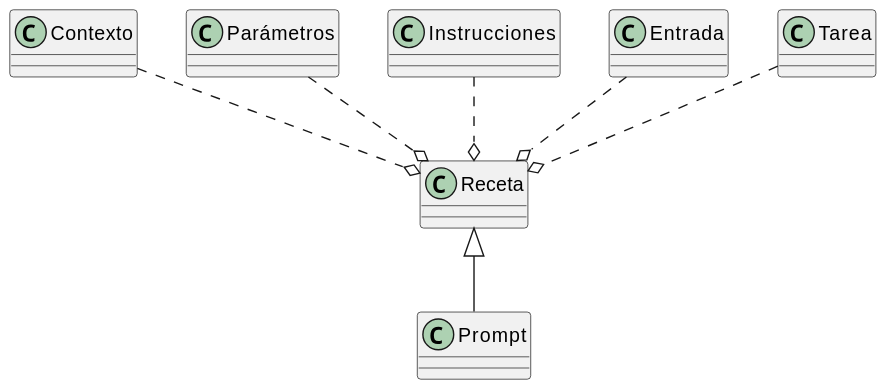
The PlantUML diagram imagenes/modelosUML/promptRecetaComponentes.svg in mmasias/ai-prompts, before a commit.
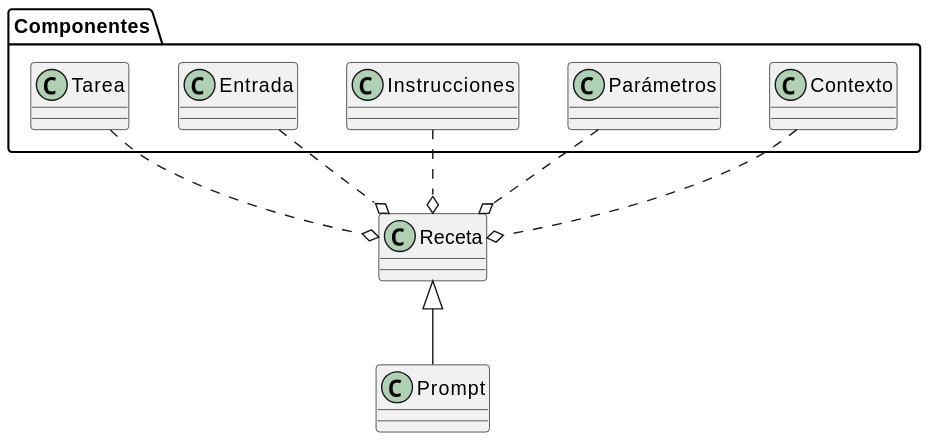
Above is the later version.

Diff of the diagram source:
```diff
@@ -1,9 +1,18 @@
 @startuml
-    Prompt -u-|> Receta
+Prompt -u-|> Receta
+
+package Componentes {
+    class Tarea
+    class Entrada
+    class Instrucciones
+    class Parámetros
+    class Entrada
 
     Receta o.u. Tarea
     Receta o.u. Entrada
     Receta o.u. Instrucciones
     Receta o.u. Parámetros
     Receta o.u. Contexto
+}
+
 @enduml
```
